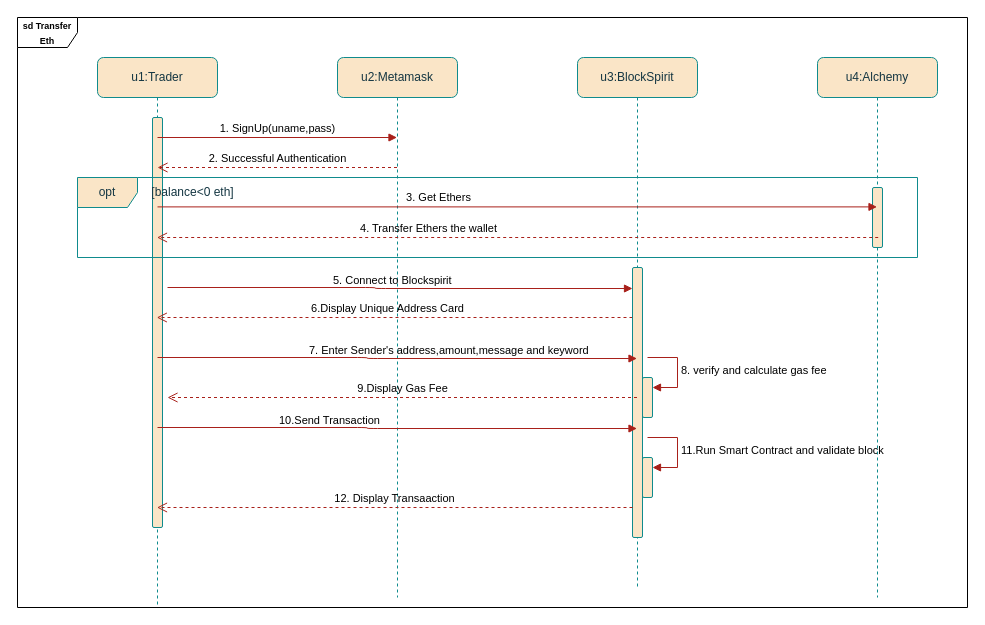
Before: useCase.drawio in CODEX108/Computer-Security, a draw.io diagram. Source tidied: cells renumbered, new cells numbered last; positions are measured from the earlier drawing's top-left corner, leaving out a move shared by most shapes. Both pictures are drawn from the tidied source at 100%, with x=0, y=0 at pixel (17, 17).
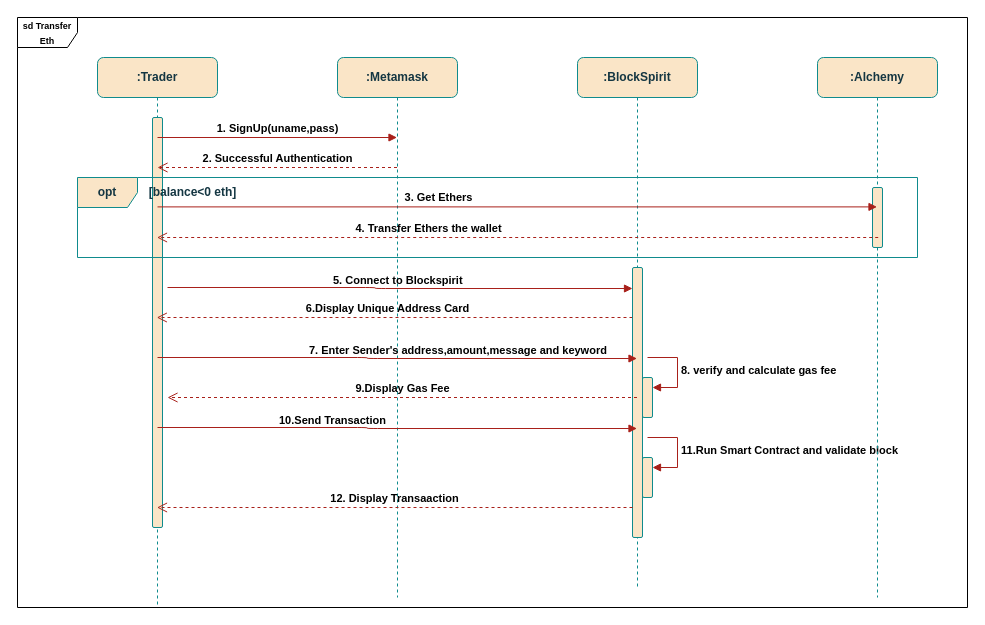
After the change.

Change to the diagram source:
```diff
@@
-    <mxCell id="2" value="u1:Trader" style="shape=umlLifeline;perimeter=lifelinePerimeter;whiteSpace=wrap;html=1;outlineConnect=0;portConstraint=eastwest;newEdgeStyle={&quot;curved&quot;:0,&quot;rounded&quot;:0};labelBackgroundColor=none;fillColor=#FAE5C7;strokeColor=#0F8B8D;fontColor=#143642;rounded=1;" parent="1" vertex="1">
+    <mxCell id="2" value="&lt;span&gt;:Trader&lt;/span&gt;" style="shape=umlLifeline;perimeter=lifelinePerimeter;whiteSpace=wrap;html=1;outlineConnect=0;portConstraint=eastwest;newEdgeStyle={&quot;curved&quot;:0,&quot;rounded&quot;:0};labelBackgroundColor=none;fillColor=#FAE5C7;strokeColor=#0F8B8D;fontColor=#143642;rounded=1;fontStyle=1;" parent="1" vertex="1">
       <mxGeometry x="80" y="40" width="120" height="550" as="geometry" />
     </mxCell>
-    <mxCell id="3" style="html=1;perimeter=orthogonalPerimeter;targetShapes=umlLifeline;newEdgeStyle={&quot;curved&quot;:0,&quot;rounded&quot;:0};labelBackgroundColor=none;fillColor=#FAE5C7;strokeColor=#0F8B8D;fontColor=#143642;rounded=1;" parent="2" vertex="1">
+    <mxCell id="3" style="html=1;perimeter=orthogonalPerimeter;targetShapes=umlLifeline;newEdgeStyle={&quot;curved&quot;:0,&quot;rounded&quot;:0};labelBackgroundColor=none;fillColor=#FAE5C7;strokeColor=#0F8B8D;fontColor=#143642;rounded=1;fontStyle=1;" parent="2" vertex="1">
       <mxGeometry x="55" y="60" width="10" height="410" as="geometry" />
     </mxCell>
-    <mxCell id="4" value="u3:BlockSpirit" style="shape=umlLifeline;perimeter=lifelinePerimeter;whiteSpace=wrap;html=1;outlineConnect=0;portConstraint=eastwest;newEdgeStyle={&quot;curved&quot;:0,&quot;rounded&quot;:0};labelBackgroundColor=none;fillColor=#FAE5C7;strokeColor=#0F8B8D;fontColor=#143642;rounded=1;" parent="1" vertex="1">
+    <mxCell id="4" value="&lt;span&gt;:BlockSpirit&lt;/span&gt;" style="shape=umlLifeline;perimeter=lifelinePerimeter;whiteSpace=wrap;html=1;outlineConnect=0;portConstraint=eastwest;newEdgeStyle={&quot;curved&quot;:0,&quot;rounded&quot;:0};labelBackgroundColor=none;fillColor=#FAE5C7;strokeColor=#0F8B8D;fontColor=#143642;rounded=1;fontStyle=1;" parent="1" vertex="1">
       <mxGeometry x="560" y="40" width="120" height="530" as="geometry" />
     </mxCell>
-    <mxCell id="5" style="html=1;points=[[0,0,0,0,5],[0,1,0,0,-5],[1,0,0,0,5],[1,1,0,0,-5]];perimeter=orthogonalPerimeter;outlineConnect=0;targetShapes=umlLifeline;portConstraint=eastwest;newEdgeStyle={&quot;curved&quot;:0,&quot;rounded&quot;:0};labelBackgroundColor=none;fillColor=#FAE5C7;strokeColor=#0F8B8D;fontColor=#143642;rounded=1;" parent="4" vertex="1">
+    <mxCell id="5" style="html=1;points=[[0,0,0,0,5],[0,1,0,0,-5],[1,0,0,0,5],[1,1,0,0,-5]];perimeter=orthogonalPerimeter;outlineConnect=0;targetShapes=umlLifeline;portConstraint=eastwest;newEdgeStyle={&quot;curved&quot;:0,&quot;rounded&quot;:0};labelBackgroundColor=none;fillColor=#FAE5C7;strokeColor=#0F8B8D;fontColor=#143642;rounded=1;fontStyle=1;" parent="4" vertex="1">
       <mxGeometry x="65" y="320" width="10" height="40" as="geometry" />
     </mxCell>
-    <mxCell id="6" value="8. verify and calculate gas fee" style="html=1;align=left;spacingLeft=2;endArrow=block;rounded=1;edgeStyle=orthogonalEdgeStyle;curved=0;rounded=0;labelBackgroundColor=none;strokeColor=#A8201A;fontColor=default;" parent="4" edge="1" target="5">
+    <mxCell id="6" value="8. verify and calculate gas fee" style="html=1;align=left;spacingLeft=2;endArrow=block;rounded=1;edgeStyle=orthogonalEdgeStyle;curved=0;rounded=0;labelBackgroundColor=none;strokeColor=#A8201A;fontColor=default;fontStyle=1;" parent="4" edge="1" target="5">
       <mxGeometry relative="1" as="geometry">
         <mxPoint x="70" y="300" as="sourcePoint" />
         <Array as="points">
           <mxPoint x="100" y="330" />
         </Array>
       </mxGeometry>
     </mxCell>
-    <mxCell id="7" style="html=1;points=[[0,0,0,0,5],[0,1,0,0,-5],[1,0,0,0,5],[1,1,0,0,-5]];perimeter=orthogonalPerimeter;outlineConnect=0;targetShapes=umlLifeline;portConstraint=eastwest;newEdgeStyle={&quot;curved&quot;:0,&quot;rounded&quot;:0};labelBackgroundColor=none;fillColor=#FAE5C7;strokeColor=#0F8B8D;fontColor=#143642;rounded=1;" parent="4" vertex="1">
+    <mxCell id="7" style="html=1;points=[[0,0,0,0,5],[0,1,0,0,-5],[1,0,0,0,5],[1,1,0,0,-5]];perimeter=orthogonalPerimeter;outlineConnect=0;targetShapes=umlLifeline;portConstraint=eastwest;newEdgeStyle={&quot;curved&quot;:0,&quot;rounded&quot;:0};labelBackgroundColor=none;fillColor=#FAE5C7;strokeColor=#0F8B8D;fontColor=#143642;rounded=1;fontStyle=1;" parent="4" vertex="1">
       <mxGeometry x="65" y="400" width="10" height="40" as="geometry" />
     </mxCell>
-    <mxCell id="8" value="11.Run Smart Contract and validate block" style="html=1;align=left;spacingLeft=2;endArrow=block;rounded=1;edgeStyle=orthogonalEdgeStyle;curved=0;rounded=0;labelBackgroundColor=none;strokeColor=#A8201A;fontColor=default;" parent="4" edge="1" target="7">
+    <mxCell id="8" value="11.Run Smart Contract and validate block" style="html=1;align=left;spacingLeft=2;endArrow=block;rounded=1;edgeStyle=orthogonalEdgeStyle;curved=0;rounded=0;labelBackgroundColor=none;strokeColor=#A8201A;fontColor=default;fontStyle=1;" parent="4" edge="1" target="7">
       <mxGeometry relative="1" as="geometry">
         <mxPoint x="70" y="380" as="sourcePoint" />
         <Array as="points">
           <mxPoint x="100" y="410" />
         </Array>
       </mxGeometry>
     </mxCell>
-    <mxCell id="9" value="u2:Metamask" style="shape=umlLifeline;perimeter=lifelinePerimeter;whiteSpace=wrap;html=1;outlineConnect=0;portConstraint=eastwest;newEdgeStyle={&quot;curved&quot;:0,&quot;rounded&quot;:0};labelBackgroundColor=none;fillColor=#FAE5C7;strokeColor=#0F8B8D;fontColor=#143642;rounded=1;" parent="1" vertex="1">
+    <mxCell id="9" value="&lt;span&gt;:Metamask&lt;/span&gt;" style="shape=umlLifeline;perimeter=lifelinePerimeter;whiteSpace=wrap;html=1;outlineConnect=0;portConstraint=eastwest;newEdgeStyle={&quot;curved&quot;:0,&quot;rounded&quot;:0};labelBackgroundColor=none;fillColor=#FAE5C7;strokeColor=#0F8B8D;fontColor=#143642;rounded=1;fontStyle=1;" parent="1" vertex="1">
       <mxGeometry x="320" y="40" width="120" height="540" as="geometry" />
     </mxCell>
-    <mxCell id="10" value="u4:Alchemy" style="shape=umlLifeline;perimeter=lifelinePerimeter;whiteSpace=wrap;html=1;newEdgeStyle={&quot;curved&quot;:0,&quot;rounded&quot;:0};labelBackgroundColor=none;fillColor=#FAE5C7;strokeColor=#0F8B8D;fontColor=#143642;rounded=1;" parent="1" vertex="1">
+    <mxCell id="10" value="&lt;span&gt;:Alchemy&lt;/span&gt;" style="shape=umlLifeline;perimeter=lifelinePerimeter;whiteSpace=wrap;html=1;newEdgeStyle={&quot;curved&quot;:0,&quot;rounded&quot;:0};labelBackgroundColor=none;fillColor=#FAE5C7;strokeColor=#0F8B8D;fontColor=#143642;rounded=1;fontStyle=1;" parent="1" vertex="1">
       <mxGeometry x="800" y="40" width="120" height="540" as="geometry" />
     </mxCell>
-    <mxCell id="11" style="html=1;perimeter=orthogonalPerimeter;targetShapes=umlLifeline;newEdgeStyle={&quot;curved&quot;:0,&quot;rounded&quot;:0};labelBackgroundColor=none;fillColor=#FAE5C7;strokeColor=#0F8B8D;fontColor=#143642;rounded=1;" parent="10" vertex="1">
+    <mxCell id="11" style="html=1;perimeter=orthogonalPerimeter;targetShapes=umlLifeline;newEdgeStyle={&quot;curved&quot;:0,&quot;rounded&quot;:0};labelBackgroundColor=none;fillColor=#FAE5C7;strokeColor=#0F8B8D;fontColor=#143642;rounded=1;fontStyle=1;" parent="10" vertex="1">
       <mxGeometry x="55" y="130" width="10" height="60" as="geometry" />
     </mxCell>
-    <mxCell id="12" value="3. Get Ethers" style="html=1;verticalAlign=bottom;endArrow=block;curved=0;rounded=1;labelBackgroundColor=none;strokeColor=#A8201A;fontColor=default;" parent="1" edge="1">
+    <mxCell id="12" value="3. Get Ethers" style="html=1;verticalAlign=bottom;endArrow=block;curved=0;rounded=1;labelBackgroundColor=none;strokeColor=#A8201A;fontColor=default;fontStyle=1;" parent="1" edge="1">
       <mxGeometry x="-0.22" relative="1" as="geometry">
         <mxPoint x="140" y="189.4" as="sourcePoint" />
         <mxPoint x="859.5" y="189.4" as="targetPoint" />
       </mxGeometry>
     </mxCell>
-    <mxCell id="13" value="4. Transfer Ethers the wallet" style="html=1;verticalAlign=bottom;endArrow=open;dashed=1;endSize=8;curved=0;rounded=1;labelBackgroundColor=none;strokeColor=#A8201A;fontColor=default;" parent="1" edge="1" target="2">
+    <mxCell id="13" value="4. Transfer Ethers the wallet" style="html=1;verticalAlign=bottom;endArrow=open;dashed=1;endSize=8;curved=0;rounded=1;labelBackgroundColor=none;strokeColor=#A8201A;fontColor=default;fontStyle=1;" parent="1" edge="1" target="2">
       <mxGeometry x="0.25" relative="1" as="geometry">
         <mxPoint x="860.7" y="220" as="sourcePoint" />
         <mxPoint x="1" as="offset" />
       </mxGeometry>
     </mxCell>
-    <mxCell id="14" value="1. SignUp(uname,pass)" style="html=1;verticalAlign=bottom;endArrow=block;curved=0;rounded=1;labelBackgroundColor=none;strokeColor=#A8201A;fontColor=default;" parent="1" edge="1" target="9">
+    <mxCell id="14" value="1. SignUp(uname,pass)" style="html=1;verticalAlign=bottom;endArrow=block;curved=0;rounded=1;labelBackgroundColor=none;strokeColor=#A8201A;fontColor=default;fontStyle=1;" parent="1" edge="1" target="9">
       <mxGeometry relative="1" as="geometry">
         <mxPoint x="140" y="120" as="sourcePoint" />
       </mxGeometry>
     </mxCell>
-    <mxCell id="15" value="2. Successful Authentication" style="html=1;verticalAlign=bottom;endArrow=open;dashed=1;endSize=8;curved=0;rounded=1;labelBackgroundColor=none;strokeColor=#A8201A;fontColor=default;" parent="1" edge="1">
+    <mxCell id="15" value="2. Successful Authentication" style="html=1;verticalAlign=bottom;endArrow=open;dashed=1;endSize=8;curved=0;rounded=1;labelBackgroundColor=none;strokeColor=#A8201A;fontColor=default;fontStyle=1;" parent="1" edge="1">
       <mxGeometry relative="1" as="geometry">
         <mxPoint x="379.5" y="150" as="sourcePoint" />
         <mxPoint x="140" y="150" as="targetPoint" />
       </mxGeometry>
     </mxCell>
-    <mxCell id="16" value="opt" style="shape=umlFrame;whiteSpace=wrap;html=1;labelBackgroundColor=none;fillColor=#FAE5C7;strokeColor=#0F8B8D;fontColor=#143642;rounded=1;" parent="1" vertex="1">
+    <mxCell id="16" value="&lt;span&gt;opt&lt;/span&gt;" style="shape=umlFrame;whiteSpace=wrap;html=1;labelBackgroundColor=none;fillColor=#FAE5C7;strokeColor=#0F8B8D;fontColor=#143642;rounded=1;fontStyle=1;" parent="1" vertex="1">
       <mxGeometry x="60" y="160" width="840" height="80" as="geometry" />
     </mxCell>
-    <mxCell id="17" value="[balance&amp;lt;0 eth]" style="text;html=1;align=center;verticalAlign=middle;strokeColor=none;fillColor=none;labelBackgroundColor=none;fontColor=#143642;rounded=1;" parent="1" vertex="1">
+    <mxCell id="17" value="[balance&amp;lt;0 eth]" style="text;html=1;align=center;verticalAlign=middle;strokeColor=none;fillColor=none;labelBackgroundColor=none;fontColor=#143642;rounded=1;fontStyle=1;" parent="1" vertex="1">
       <mxGeometry x="120" y="160" width="110" height="30" as="geometry" />
     </mxCell>
-    <mxCell id="18" value="5. Connect to Blockspirit" style="endArrow=block;endFill=1;html=1;edgeStyle=orthogonalEdgeStyle;align=left;verticalAlign=top;rounded=1;labelBackgroundColor=none;strokeColor=#A8201A;fontColor=default;" parent="1" edge="1" target="21">
+    <mxCell id="18" value="5. Connect to Blockspirit" style="endArrow=block;endFill=1;html=1;edgeStyle=orthogonalEdgeStyle;align=left;verticalAlign=top;rounded=1;labelBackgroundColor=none;strokeColor=#A8201A;fontColor=default;fontStyle=1;" parent="1" edge="1" target="21">
       <mxGeometry x="-0.29" y="20" relative="1" as="geometry">
         <mxPoint x="150" y="270" as="sourcePoint" />
         <Array as="points">
           <mxPoint x="358" y="271" />
         </Array>
         <mxPoint x="-1" as="offset" />
       </mxGeometry>
     </mxCell>
-    <mxCell id="19" value="6.Display Unique Address Card" style="html=1;verticalAlign=bottom;endArrow=open;dashed=1;endSize=8;curved=0;rounded=1;labelBackgroundColor=none;strokeColor=#A8201A;fontColor=default;" parent="1" edge="1">
+    <mxCell id="19" value="6.Display Unique Address Card" style="html=1;verticalAlign=bottom;endArrow=open;dashed=1;endSize=8;curved=0;rounded=1;labelBackgroundColor=none;strokeColor=#A8201A;fontColor=default;fontStyle=1;" parent="1" edge="1">
       <mxGeometry x="0.03" relative="1" as="geometry">
         <mxPoint x="615" y="300" as="sourcePoint" />
         <mxPoint x="139.3" y="300" as="targetPoint" />
       </mxGeometry>
     </mxCell>
-    <mxCell id="20" style="html=1;verticalAlign=bottom;endArrow=open;dashed=1;endSize=8;curved=0;rounded=1;labelBackgroundColor=none;strokeColor=#A8201A;fontColor=default;" parent="1" edge="1" target="21">
+    <mxCell id="20" style="html=1;verticalAlign=bottom;endArrow=open;dashed=1;endSize=8;curved=0;rounded=1;labelBackgroundColor=none;strokeColor=#A8201A;fontColor=default;fontStyle=1;" parent="1" edge="1" target="21">
       <mxGeometry x="0.03" relative="1" as="geometry">
         <mxPoint x="615" y="300" as="sourcePoint" />
       </mxGeometry>
     </mxCell>
-    <mxCell id="21" style="html=1;points=[[0,0,0,0,5],[0,1,0,0,-5],[1,0,0,0,5],[1,1,0,0,-5]];perimeter=orthogonalPerimeter;outlineConnect=0;targetShapes=umlLifeline;portConstraint=eastwest;newEdgeStyle={&quot;curved&quot;:0,&quot;rounded&quot;:0};labelBackgroundColor=none;fillColor=#FAE5C7;strokeColor=#0F8B8D;fontColor=#143642;rounded=1;" parent="1" vertex="1">
+    <mxCell id="21" style="html=1;points=[[0,0,0,0,5],[0,1,0,0,-5],[1,0,0,0,5],[1,1,0,0,-5]];perimeter=orthogonalPerimeter;outlineConnect=0;targetShapes=umlLifeline;portConstraint=eastwest;newEdgeStyle={&quot;curved&quot;:0,&quot;rounded&quot;:0};labelBackgroundColor=none;fillColor=#FAE5C7;strokeColor=#0F8B8D;fontColor=#143642;rounded=1;fontStyle=1;" parent="1" vertex="1">
       <mxGeometry x="615" y="250" width="10" height="270" as="geometry" />
     </mxCell>
-    <mxCell id="22" value="7. Enter Sender's address,amount,message and keyword" style="endArrow=block;endFill=1;html=1;edgeStyle=orthogonalEdgeStyle;align=left;verticalAlign=top;rounded=1;labelBackgroundColor=none;strokeColor=#A8201A;fontColor=default;" parent="1" edge="1" target="4">
+    <mxCell id="22" value="7. Enter Sender's address,amount,message and keyword" style="endArrow=block;endFill=1;html=1;edgeStyle=orthogonalEdgeStyle;align=left;verticalAlign=top;rounded=1;labelBackgroundColor=none;strokeColor=#A8201A;fontColor=default;fontStyle=1;" parent="1" edge="1" target="4">
       <mxGeometry x="-0.38" y="20" relative="1" as="geometry">
         <mxPoint x="140" y="340" as="sourcePoint" />
         <Array as="points">
           <mxPoint x="350" y="341" />
         </Array>
         <mxPoint x="1" as="offset" />
       </mxGeometry>
     </mxCell>
-    <mxCell id="23" value="9.Display Gas Fee" style="html=1;verticalAlign=bottom;endArrow=open;dashed=1;endSize=8;curved=0;rounded=1;labelBackgroundColor=none;strokeColor=#A8201A;fontColor=default;" parent="1" edge="1" source="4">
+    <mxCell id="23" value="9.Display Gas Fee" style="html=1;verticalAlign=bottom;endArrow=open;dashed=1;endSize=8;curved=0;rounded=1;labelBackgroundColor=none;strokeColor=#A8201A;fontColor=default;fontStyle=1;" parent="1" edge="1" source="4">
       <mxGeometry relative="1" as="geometry">
         <mxPoint x="150" y="380" as="targetPoint" />
       </mxGeometry>
     </mxCell>
-    <mxCell id="24" value="10.Send Transaction" style="endArrow=block;endFill=1;html=1;edgeStyle=orthogonalEdgeStyle;align=left;verticalAlign=top;rounded=1;labelBackgroundColor=none;strokeColor=#A8201A;fontColor=default;" parent="1" edge="1" target="4">
+    <mxCell id="24" value="10.Send Transaction" style="endArrow=block;endFill=1;html=1;edgeStyle=orthogonalEdgeStyle;align=left;verticalAlign=top;rounded=1;labelBackgroundColor=none;strokeColor=#A8201A;fontColor=default;fontStyle=1;" parent="1" edge="1" target="4">
       <mxGeometry x="-0.5" y="20" relative="1" as="geometry">
         <mxPoint x="140" y="410" as="sourcePoint" />
         <Array as="points">
           <mxPoint x="350" y="411" />
         </Array>
       </mxGeometry>
     </mxCell>
-    <mxCell id="25" value="12. Display Transaaction" style="html=1;verticalAlign=bottom;endArrow=open;dashed=1;endSize=8;curved=0;rounded=1;labelBackgroundColor=none;strokeColor=#A8201A;fontColor=default;" parent="1" edge="1" target="2">
+    <mxCell id="25" value="12. Display Transaaction" style="html=1;verticalAlign=bottom;endArrow=open;dashed=1;endSize=8;curved=0;rounded=1;labelBackgroundColor=none;strokeColor=#A8201A;fontColor=default;fontStyle=1;" parent="1" edge="1" target="2">
       <mxGeometry relative="1" as="geometry">
         <mxPoint x="615" y="490" as="sourcePoint" />
       </mxGeometry>
     </mxCell>
-    <mxCell id="26" value="&lt;font style=&quot;font-size: 9px;&quot;&gt;&lt;b&gt;sd Transfer Eth&lt;/b&gt;&lt;/font&gt;" style="shape=umlFrame;whiteSpace=wrap;html=1;" parent="1" vertex="1">
+    <mxCell id="26" value="&lt;font style=&quot;font-size: 9px;&quot;&gt;&lt;span&gt;sd Transfer Eth&lt;/span&gt;&lt;/font&gt;" style="shape=umlFrame;whiteSpace=wrap;html=1;fontStyle=1;" parent="1" vertex="1">
       <mxGeometry width="950" height="590" as="geometry" />
     </mxCell>
```
